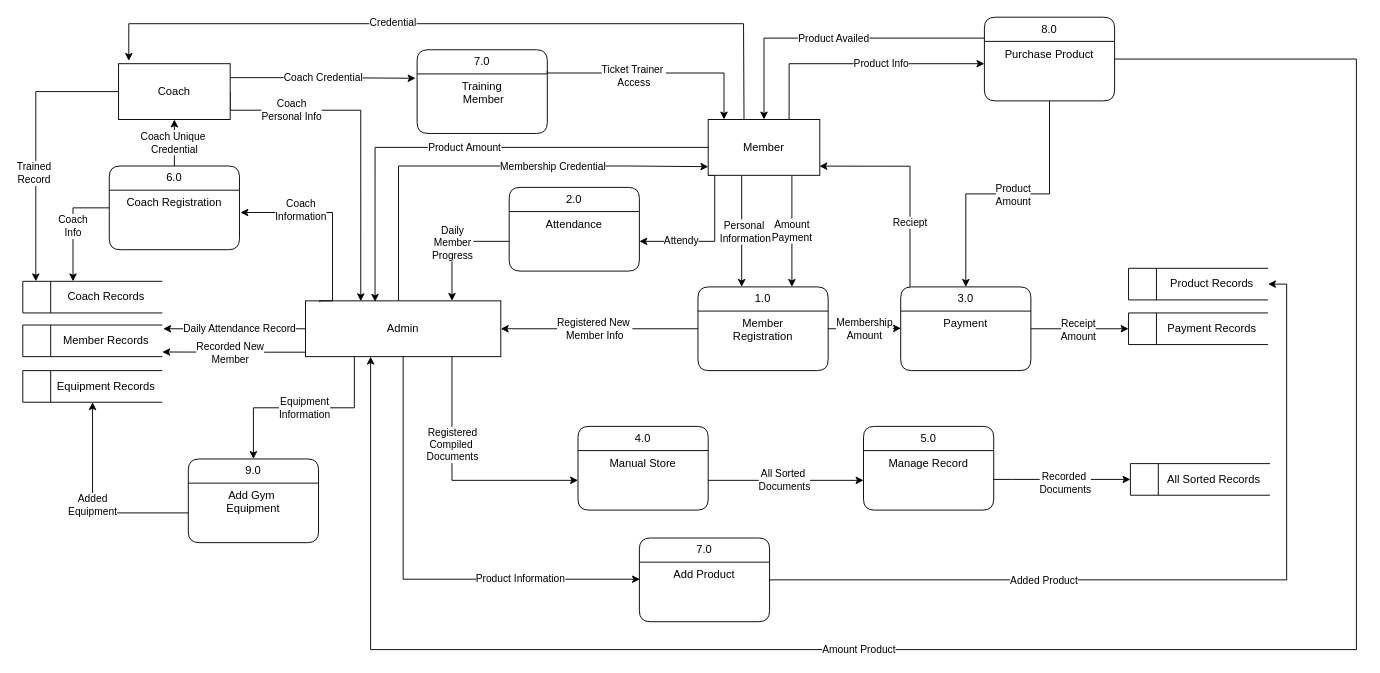
This is page "Main Existing Process" (1 of 11) of Untitled Diagram.drawio from FacundoBnts/app-dev, a draw.io file, before an edit. Source tidied: cells renumbered, new cells numbered last; positions are measured from the earlier drawing's top-left corner, leaving out a move shared by most shapes. Both pictures are drawn from the tidied source at 93%, with x=0, y=0 at pixel (22, 17).
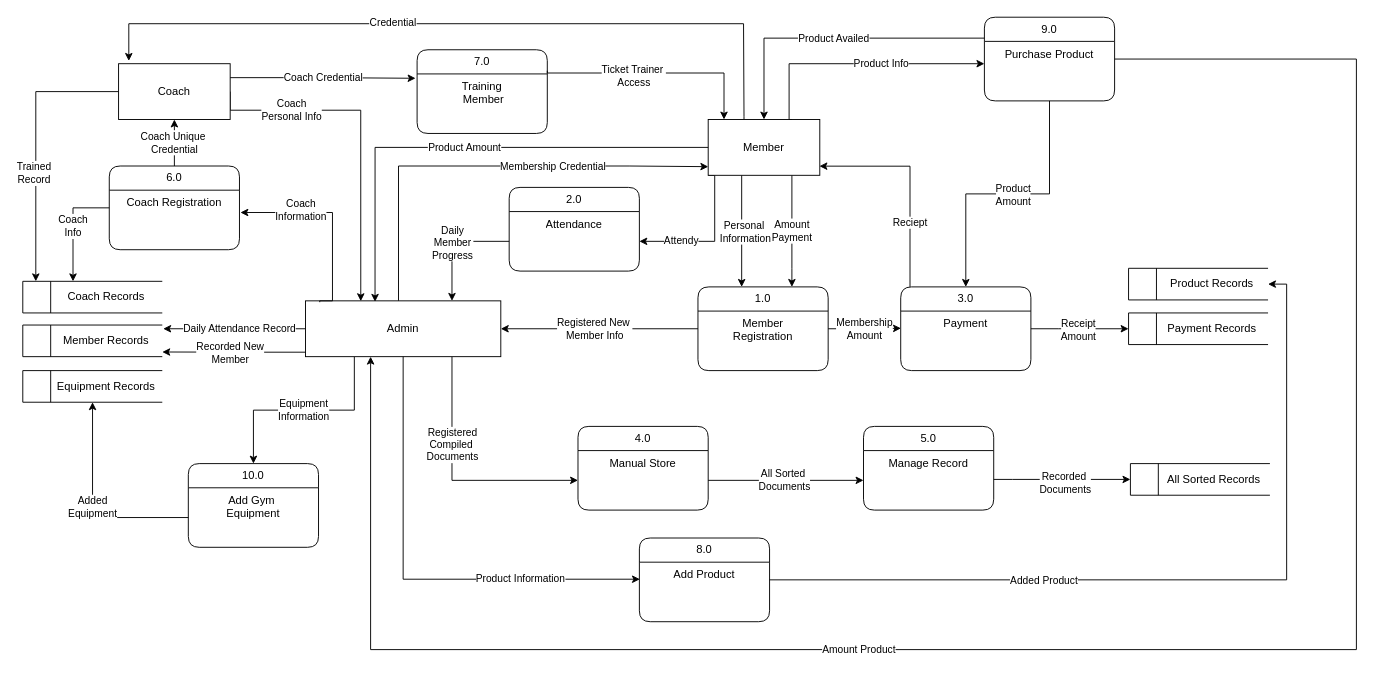
Above is the later version.

What changed in the source:
```diff
@@
-    <mxCell id="27" value="7.0" style="swimlane;fontStyle=0;horizontal=1;startSize=26;fillColor=none;whiteSpace=wrap;html=1;rounded=1;" parent="1" vertex="1">
+    <mxCell id="27" value="8.0" style="swimlane;fontStyle=0;horizontal=1;startSize=26;fillColor=none;whiteSpace=wrap;html=1;rounded=1;" parent="1" vertex="1">
       <mxGeometry x="663" y="560" width="140" height="90" as="geometry" />
     </mxCell>
@@
-    <mxCell id="29" value="9.0" style="swimlane;fontStyle=0;horizontal=1;startSize=26;fillColor=none;whiteSpace=wrap;html=1;rounded=1;" parent="1" vertex="1">
-      <mxGeometry x="178" y="475" width="140" height="90" as="geometry" />
+    <mxCell id="29" value="10.0" style="swimlane;fontStyle=0;horizontal=1;startSize=26;fillColor=none;whiteSpace=wrap;html=1;rounded=1;" parent="1" vertex="1">
+      <mxGeometry x="178" y="480" width="140" height="90" as="geometry" />
     </mxCell>
@@
-    <mxCell id="39" value="8.0" style="swimlane;fontStyle=0;horizontal=1;startSize=26;fillColor=none;whiteSpace=wrap;html=1;rounded=1;" parent="1" vertex="1">
+    <mxCell id="39" value="9.0" style="swimlane;fontStyle=0;horizontal=1;startSize=26;fillColor=none;whiteSpace=wrap;html=1;rounded=1;" parent="1" vertex="1">
       <mxGeometry x="1034" width="140" height="90" as="geometry" />
     </mxCell>
```
